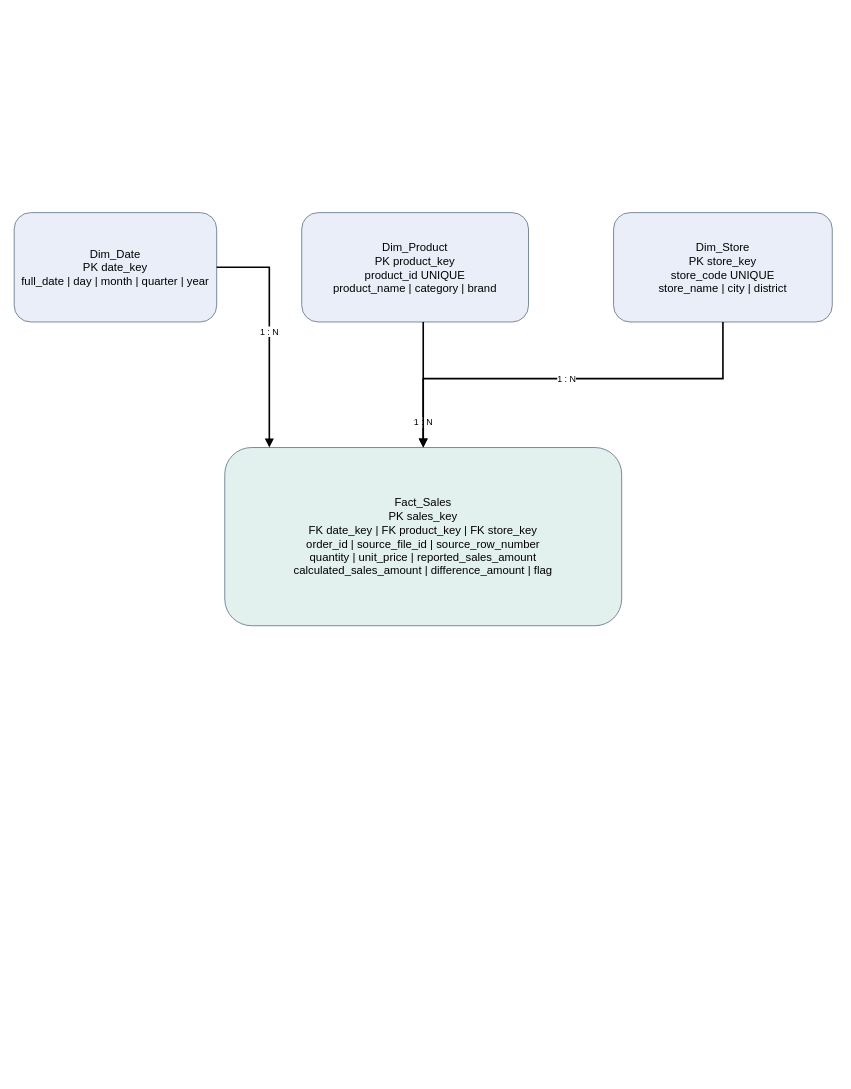
Earlier version of the draw.io diagram docs/erd.drawio (legiahuy12052005nt-cloud/cdtn1_LeGiaHuy_L6). Source tidied: cells renumbered, new cells numbered last; positions are measured from the earlier drawing's top-left corner, leaving out a move shared by most shapes. Both pictures are drawn from the tidied source at 81%, with x=0, y=0 at pixel (14, 212).
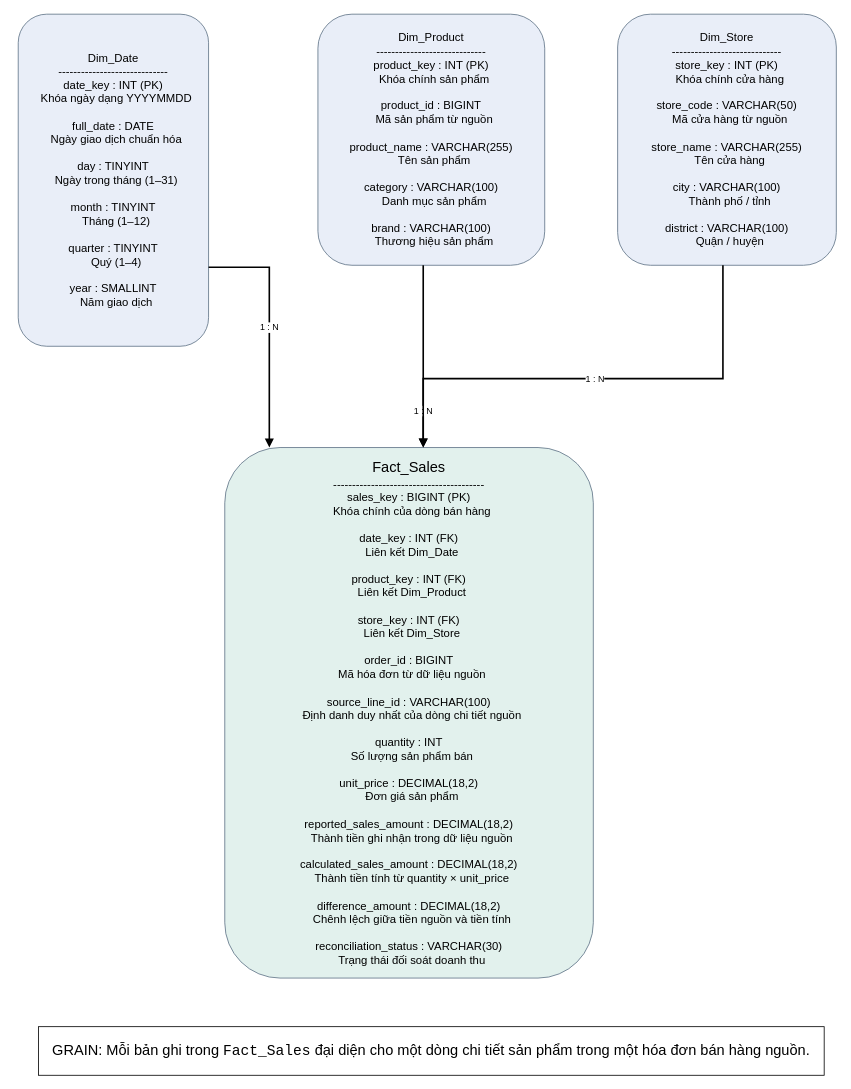
Above is the later version.

Change to the diagram source:
```diff
@@
 <mxGraphModel>
   <root>
     <mxCell id="0" />
     <mxCell id="1" parent="0" />
-    <mxCell id="2" value="Dim_Date&lt;br&gt;PK date_key&lt;br&gt;full_date | day | month | quarter | year" style="rounded=1;whiteSpace=wrap;html=1;fillColor=#e9eef8;strokeColor=#5e7386;fontSize=14;align=center;verticalAlign=middle;" parent="1" vertex="1">
-      <mxGeometry width="250" height="135" as="geometry" />
+    <mxCell id="2" value="&lt;div&gt;&lt;span style=&quot;font-size: 14px;&quot;&gt;&lt;br&gt;&lt;/span&gt;&lt;/div&gt;&lt;div&gt;&lt;span style=&quot;font-size: 14px;&quot;&gt;Dim_Date&lt;/span&gt;&lt;/div&gt;&lt;div&gt;&lt;span style=&quot;font-size: 14px;&quot;&gt;-----------------------------&lt;/span&gt;&lt;/div&gt;&lt;div&gt;&lt;span style=&quot;font-size: 14px;&quot;&gt;date_key : INT (PK)&lt;/span&gt;&lt;/div&gt;&lt;div&gt;&lt;span style=&quot;font-size: 14px;&quot;&gt;&amp;nbsp; Khóa ngày dạng YYYYMMDD&lt;/span&gt;&lt;/div&gt;&lt;div&gt;&lt;span style=&quot;font-size: 14px;&quot;&gt;&lt;br&gt;&lt;/span&gt;&lt;/div&gt;&lt;div&gt;&lt;span style=&quot;font-size: 14px;&quot;&gt;full_date : DATE&lt;/span&gt;&lt;/div&gt;&lt;div&gt;&lt;span style=&quot;font-size: 14px;&quot;&gt;&amp;nbsp; Ngày giao dịch chuẩn hóa&lt;/span&gt;&lt;/div&gt;&lt;div&gt;&lt;span style=&quot;font-size: 14px;&quot;&gt;&lt;br&gt;&lt;/span&gt;&lt;/div&gt;&lt;div&gt;&lt;span style=&quot;font-size: 14px;&quot;&gt;day : TINYINT&lt;/span&gt;&lt;/div&gt;&lt;div&gt;&lt;span style=&quot;font-size: 14px;&quot;&gt;&amp;nbsp; Ngày trong tháng (1–31)&lt;/span&gt;&lt;/div&gt;&lt;div&gt;&lt;span style=&quot;font-size: 14px;&quot;&gt;&lt;br&gt;&lt;/span&gt;&lt;/div&gt;&lt;div&gt;&lt;span style=&quot;font-size: 14px;&quot;&gt;month : TINYINT&lt;/span&gt;&lt;/div&gt;&lt;div&gt;&lt;span style=&quot;font-size: 14px;&quot;&gt;&amp;nbsp; Tháng (1–12)&lt;/span&gt;&lt;/div&gt;&lt;div&gt;&lt;span style=&quot;font-size: 14px;&quot;&gt;&lt;br&gt;&lt;/span&gt;&lt;/div&gt;&lt;div&gt;&lt;span style=&quot;font-size: 14px;&quot;&gt;quarter : TINYINT&lt;/span&gt;&lt;/div&gt;&lt;div&gt;&lt;span style=&quot;font-size: 14px;&quot;&gt;&amp;nbsp; Quý (1–4)&lt;/span&gt;&lt;/div&gt;&lt;div&gt;&lt;span style=&quot;font-size: 14px;&quot;&gt;&lt;br&gt;&lt;/span&gt;&lt;/div&gt;&lt;div&gt;&lt;span style=&quot;font-size: 14px;&quot;&gt;year : SMALLINT&lt;/span&gt;&lt;/div&gt;&lt;div&gt;&lt;span style=&quot;font-size: 14px;&quot;&gt;&amp;nbsp; Năm giao dịch&lt;/span&gt;&lt;/div&gt;&lt;div&gt;&lt;br&gt;&lt;/div&gt;" style="rounded=1;whiteSpace=wrap;html=1;fillColor=#e9eef8;strokeColor=#5e7386;fontSize=14;align=center;verticalAlign=middle;" parent="1" vertex="1">
+      <mxGeometry x="5" y="-245" width="235" height="410" as="geometry" />
     </mxCell>
-    <mxCell id="3" value="Dim_Product&lt;br&gt;PK product_key&lt;br&gt;product_id UNIQUE&lt;br&gt;product_name | category | brand" style="rounded=1;whiteSpace=wrap;html=1;fillColor=#e9eef8;strokeColor=#5e7386;fontSize=14;align=center;verticalAlign=middle;" parent="1" vertex="1">
-      <mxGeometry x="355" width="280" height="135" as="geometry" />
+    <mxCell id="3" value="&lt;div&gt;&lt;span style=&quot;font-size: 14px;&quot;&gt;&lt;br&gt;&lt;/span&gt;&lt;/div&gt;&lt;div&gt;&lt;span style=&quot;font-size: 14px;&quot;&gt;Dim_Product&lt;/span&gt;&lt;/div&gt;&lt;div&gt;&lt;span style=&quot;font-size: 14px;&quot;&gt;-----------------------------&lt;/span&gt;&lt;/div&gt;&lt;div&gt;&lt;span style=&quot;font-size: 14px;&quot;&gt;product_key : INT (PK)&lt;/span&gt;&lt;/div&gt;&lt;div&gt;&lt;span style=&quot;font-size: 14px;&quot;&gt;&amp;nbsp; Khóa chính sản phẩm&lt;/span&gt;&lt;/div&gt;&lt;div&gt;&lt;span style=&quot;font-size: 14px;&quot;&gt;&lt;br&gt;&lt;/span&gt;&lt;/div&gt;&lt;div&gt;&lt;span style=&quot;font-size: 14px;&quot;&gt;product_id : BIGINT&lt;/span&gt;&lt;/div&gt;&lt;div&gt;&lt;span style=&quot;font-size: 14px;&quot;&gt;&amp;nbsp; Mã sản phẩm từ nguồn&lt;/span&gt;&lt;/div&gt;&lt;div&gt;&lt;span style=&quot;font-size: 14px;&quot;&gt;&lt;br&gt;&lt;/span&gt;&lt;/div&gt;&lt;div&gt;&lt;span style=&quot;font-size: 14px;&quot;&gt;product_name : VARCHAR(255)&lt;/span&gt;&lt;/div&gt;&lt;div&gt;&lt;span style=&quot;font-size: 14px;&quot;&gt;&amp;nbsp; Tên sản phẩm&lt;/span&gt;&lt;/div&gt;&lt;div&gt;&lt;span style=&quot;font-size: 14px;&quot;&gt;&lt;br&gt;&lt;/span&gt;&lt;/div&gt;&lt;div&gt;&lt;span style=&quot;font-size: 14px;&quot;&gt;category : VARCHAR(100)&lt;/span&gt;&lt;/div&gt;&lt;div&gt;&lt;span style=&quot;font-size: 14px;&quot;&gt;&amp;nbsp; Danh mục sản phẩm&lt;/span&gt;&lt;/div&gt;&lt;div&gt;&lt;span style=&quot;font-size: 14px;&quot;&gt;&lt;br&gt;&lt;/span&gt;&lt;/div&gt;&lt;div&gt;&lt;span style=&quot;font-size: 14px;&quot;&gt;brand : VARCHAR(100)&lt;/span&gt;&lt;/div&gt;&lt;div&gt;&lt;span style=&quot;font-size: 14px;&quot;&gt;&amp;nbsp; Thương hiệu sản phẩm&lt;/span&gt;&lt;/div&gt;&lt;div&gt;&lt;br&gt;&lt;/div&gt;" style="rounded=1;whiteSpace=wrap;html=1;fillColor=#e9eef8;strokeColor=#5e7386;fontSize=14;align=center;verticalAlign=middle;" parent="1" vertex="1">
+      <mxGeometry x="375" y="-245" width="280" height="310" as="geometry" />
     </mxCell>
-    <mxCell id="4" value="Dim_Store&lt;br&gt;PK store_key&lt;br&gt;store_code UNIQUE&lt;br&gt;store_name | city | district" style="rounded=1;whiteSpace=wrap;html=1;fillColor=#e9eef8;strokeColor=#5e7386;fontSize=14;align=center;verticalAlign=middle;" parent="1" vertex="1">
-      <mxGeometry x="740" width="270" height="135" as="geometry" />
+    <mxCell id="4" value="&lt;div&gt;&lt;span style=&quot;font-size: 14px;&quot;&gt;&lt;br&gt;&lt;/span&gt;&lt;/div&gt;&lt;div&gt;&lt;span style=&quot;font-size: 14px;&quot;&gt;Dim_Store&lt;/span&gt;&lt;/div&gt;&lt;div&gt;&lt;span style=&quot;font-size: 14px;&quot;&gt;-----------------------------&lt;/span&gt;&lt;/div&gt;&lt;div&gt;&lt;span style=&quot;font-size: 14px;&quot;&gt;store_key : INT (PK)&lt;/span&gt;&lt;/div&gt;&lt;div&gt;&lt;span style=&quot;font-size: 14px;&quot;&gt;&amp;nbsp; Khóa chính cửa hàng&lt;/span&gt;&lt;/div&gt;&lt;div&gt;&lt;span style=&quot;font-size: 14px;&quot;&gt;&lt;br&gt;&lt;/span&gt;&lt;/div&gt;&lt;div&gt;&lt;span style=&quot;font-size: 14px;&quot;&gt;store_code : VARCHAR(50)&lt;/span&gt;&lt;/div&gt;&lt;div&gt;&lt;span style=&quot;font-size: 14px;&quot;&gt;&amp;nbsp; Mã cửa hàng từ nguồn&lt;/span&gt;&lt;/div&gt;&lt;div&gt;&lt;span style=&quot;font-size: 14px;&quot;&gt;&lt;br&gt;&lt;/span&gt;&lt;/div&gt;&lt;div&gt;&lt;span style=&quot;font-size: 14px;&quot;&gt;store_name : VARCHAR(255)&lt;/span&gt;&lt;/div&gt;&lt;div&gt;&lt;span style=&quot;font-size: 14px;&quot;&gt;&amp;nbsp; Tên cửa hàng&lt;/span&gt;&lt;/div&gt;&lt;div&gt;&lt;span style=&quot;font-size: 14px;&quot;&gt;&lt;br&gt;&lt;/span&gt;&lt;/div&gt;&lt;div&gt;&lt;span style=&quot;font-size: 14px;&quot;&gt;city : VARCHAR(100)&lt;/span&gt;&lt;/div&gt;&lt;div&gt;&lt;span style=&quot;font-size: 14px;&quot;&gt;&amp;nbsp; Thành phố / tỉnh&lt;/span&gt;&lt;/div&gt;&lt;div&gt;&lt;span style=&quot;font-size: 14px;&quot;&gt;&lt;br&gt;&lt;/span&gt;&lt;/div&gt;&lt;div&gt;&lt;span style=&quot;font-size: 14px;&quot;&gt;district : VARCHAR(100)&lt;/span&gt;&lt;/div&gt;&lt;div&gt;&lt;span style=&quot;font-size: 14px;&quot;&gt;&amp;nbsp; Quận / huyện&lt;/span&gt;&lt;/div&gt;&lt;div&gt;&lt;br&gt;&lt;/div&gt;" style="rounded=1;whiteSpace=wrap;html=1;fillColor=#e9eef8;strokeColor=#5e7386;fontSize=14;align=center;verticalAlign=middle;" parent="1" vertex="1">
+      <mxGeometry x="745" y="-245" width="270" height="310" as="geometry" />
     </mxCell>
-    <mxCell id="5" value="Fact_Sales&lt;br&gt;PK sales_key&lt;br&gt;FK date_key | FK product_key | FK store_key&lt;br&gt;order_id | source_file_id | source_row_number&lt;br&gt;quantity | unit_price | reported_sales_amount&lt;br&gt;calculated_sales_amount | difference_amount | flag" style="rounded=1;whiteSpace=wrap;html=1;fillColor=#e2f1ed;strokeColor=#5e7386;fontSize=14;align=center;verticalAlign=middle;" parent="1" vertex="1">
-      <mxGeometry x="260" y="290" width="490" height="220" as="geometry" />
+    <mxCell id="5" value="&lt;div&gt;&lt;span style=&quot;font-size: 14px;&quot;&gt;&lt;br&gt;&lt;/span&gt;&lt;/div&gt;&lt;div&gt;&lt;font style=&quot;font-size: 18px;&quot;&gt;Fact_Sales&lt;/font&gt;&lt;/div&gt;&lt;div&gt;&lt;span style=&quot;font-size: 14px;&quot;&gt;----------------------------------------&lt;/span&gt;&lt;/div&gt;&lt;div&gt;&lt;span style=&quot;font-size: 14px;&quot;&gt;sales_key : BIGINT (PK)&lt;/span&gt;&lt;/div&gt;&lt;div&gt;&lt;span style=&quot;font-size: 14px;&quot;&gt;&amp;nbsp; Khóa chính của dòng bán hàng&lt;/span&gt;&lt;/div&gt;&lt;div&gt;&lt;span style=&quot;font-size: 14px;&quot;&gt;&lt;br&gt;&lt;/span&gt;&lt;/div&gt;&lt;div&gt;&lt;span style=&quot;font-size: 14px;&quot;&gt;date_key : INT (FK)&lt;/span&gt;&lt;/div&gt;&lt;div&gt;&lt;span style=&quot;font-size: 14px;&quot;&gt;&amp;nbsp; Liên kết Dim_Date&lt;/span&gt;&lt;/div&gt;&lt;div&gt;&lt;span style=&quot;font-size: 14px;&quot;&gt;&lt;br&gt;&lt;/span&gt;&lt;/div&gt;&lt;div&gt;&lt;span style=&quot;font-size: 14px;&quot;&gt;product_key : INT (FK)&lt;/span&gt;&lt;/div&gt;&lt;div&gt;&lt;span style=&quot;font-size: 14px;&quot;&gt;&amp;nbsp; Liên kết Dim_Product&lt;/span&gt;&lt;/div&gt;&lt;div&gt;&lt;span style=&quot;font-size: 14px;&quot;&gt;&lt;br&gt;&lt;/span&gt;&lt;/div&gt;&lt;div&gt;&lt;span style=&quot;font-size: 14px;&quot;&gt;store_key : INT (FK)&lt;/span&gt;&lt;/div&gt;&lt;div&gt;&lt;span style=&quot;font-size: 14px;&quot;&gt;&amp;nbsp; Liên kết Dim_Store&lt;/span&gt;&lt;/div&gt;&lt;div&gt;&lt;span style=&quot;font-size: 14px;&quot;&gt;&lt;br&gt;&lt;/span&gt;&lt;/div&gt;&lt;div&gt;&lt;span style=&quot;font-size: 14px;&quot;&gt;order_id : BIGINT&lt;/span&gt;&lt;/div&gt;&lt;div&gt;&lt;span style=&quot;font-size: 14px;&quot;&gt;&amp;nbsp; Mã hóa đơn từ dữ liệu nguồn&lt;/span&gt;&lt;/div&gt;&lt;div&gt;&lt;span style=&quot;font-size: 14px;&quot;&gt;&lt;br&gt;&lt;/span&gt;&lt;/div&gt;&lt;div&gt;&lt;span style=&quot;font-size: 14px;&quot;&gt;source_line_id : VARCHAR(100)&lt;/span&gt;&lt;/div&gt;&lt;div&gt;&lt;span style=&quot;font-size: 14px;&quot;&gt;&amp;nbsp; Định danh duy nhất của dòng chi tiết nguồn&lt;/span&gt;&lt;/div&gt;&lt;div&gt;&lt;span style=&quot;font-size: 14px;&quot;&gt;&lt;br&gt;&lt;/span&gt;&lt;/div&gt;&lt;div&gt;&lt;span style=&quot;font-size: 14px;&quot;&gt;quantity : INT&lt;/span&gt;&lt;/div&gt;&lt;div&gt;&lt;span style=&quot;font-size: 14px;&quot;&gt;&amp;nbsp; Số lượng sản phẩm bán&lt;/span&gt;&lt;/div&gt;&lt;div&gt;&lt;span style=&quot;font-size: 14px;&quot;&gt;&lt;br&gt;&lt;/span&gt;&lt;/div&gt;&lt;div&gt;&lt;span style=&quot;font-size: 14px;&quot;&gt;unit_price : DECIMAL(18,2)&lt;/span&gt;&lt;/div&gt;&lt;div&gt;&lt;span style=&quot;font-size: 14px;&quot;&gt;&amp;nbsp; Đơn giá sản phẩm&lt;/span&gt;&lt;/div&gt;&lt;div&gt;&lt;span style=&quot;font-size: 14px;&quot;&gt;&lt;br&gt;&lt;/span&gt;&lt;/div&gt;&lt;div&gt;&lt;span style=&quot;font-size: 14px;&quot;&gt;reported_sales_amount : DECIMAL(18,2)&lt;/span&gt;&lt;/div&gt;&lt;div&gt;&lt;span style=&quot;font-size: 14px;&quot;&gt;&amp;nbsp; Thành tiền ghi nhận trong dữ liệu nguồn&lt;/span&gt;&lt;/div&gt;&lt;div&gt;&lt;span style=&quot;font-size: 14px;&quot;&gt;&lt;br&gt;&lt;/span&gt;&lt;/div&gt;&lt;div&gt;&lt;span style=&quot;font-size: 14px;&quot;&gt;calculated_sales_amount : DECIMAL(18,2)&lt;/span&gt;&lt;/div&gt;&lt;div&gt;&lt;span style=&quot;font-size: 14px;&quot;&gt;&amp;nbsp; Thành tiền tính từ quantity × unit_price&lt;/span&gt;&lt;/div&gt;&lt;div&gt;&lt;span style=&quot;font-size: 14px;&quot;&gt;&lt;br&gt;&lt;/span&gt;&lt;/div&gt;&lt;div&gt;&lt;span style=&quot;font-size: 14px;&quot;&gt;difference_amount : DECIMAL(18,2)&lt;/span&gt;&lt;/div&gt;&lt;div&gt;&lt;span style=&quot;font-size: 14px;&quot;&gt;&amp;nbsp; Chênh lệch giữa tiền nguồn và tiền tính&lt;/span&gt;&lt;/div&gt;&lt;div&gt;&lt;span style=&quot;font-size: 14px;&quot;&gt;&lt;br&gt;&lt;/span&gt;&lt;/div&gt;&lt;div&gt;&lt;span style=&quot;font-size: 14px;&quot;&gt;reconciliation_status : VARCHAR(30)&lt;/span&gt;&lt;/div&gt;&lt;div&gt;&lt;span style=&quot;font-size: 14px;&quot;&gt;&amp;nbsp; Trạng thái đối soát doanh thu&lt;/span&gt;&lt;/div&gt;&lt;div&gt;&lt;br&gt;&lt;/div&gt;" style="rounded=1;whiteSpace=wrap;html=1;fillColor=#e2f1ed;strokeColor=#5e7386;fontSize=14;align=center;verticalAlign=middle;" parent="1" vertex="1">
+      <mxGeometry x="260" y="290" width="455" height="655" as="geometry" />
     </mxCell>
     <mxCell id="6" value="1 : N" style="endArrow=block;html=1;rounded=0;strokeWidth=2;edgeStyle=orthogonalEdgeStyle;fontSize=11;" parent="1" edge="1" source="2" target="5">
       <mxGeometry relative="1" as="geometry">
         <Array as="points">
           <mxPoint x="315" y="67.5" />
         </Array>
       </mxGeometry>
     </mxCell>
     <mxCell id="7" value="1 : N" style="endArrow=block;html=1;rounded=0;strokeWidth=2;edgeStyle=orthogonalEdgeStyle;fontSize=11;" parent="1" edge="1" source="3" target="5">
       <mxGeometry x="0.6" relative="1" as="geometry">
         <Array as="points">
           <mxPoint x="505" y="165" />
           <mxPoint x="505" y="165" />
         </Array>
       </mxGeometry>
     </mxCell>
     <mxCell id="8" value="1 : N" style="endArrow=block;html=1;rounded=0;strokeWidth=2;edgeStyle=orthogonalEdgeStyle;fontSize=11;" parent="1" edge="1" source="4" target="5">
       <mxGeometry relative="1" as="geometry">
         <Array as="points">
           <mxPoint x="875" y="205" />
           <mxPoint x="505" y="205" />
         </Array>
       </mxGeometry>
     </mxCell>
+    <mxCell id="9" value="&lt;font style=&quot;font-size: 18px;&quot;&gt;GRAIN: Mỗi bản ghi trong &lt;code&gt;Fact_Sales&lt;/code&gt; đại diện cho một dòng chi tiết sản phẩm trong một hóa đơn bán hàng nguồn.&lt;/font&gt;" style="rounded=0;whiteSpace=wrap;html=1;" parent="1" vertex="1">
+      <mxGeometry x="30" y="1005" width="970" height="60" as="geometry" />
+    </mxCell>
   </root>
 </mxGraphModel>
```
